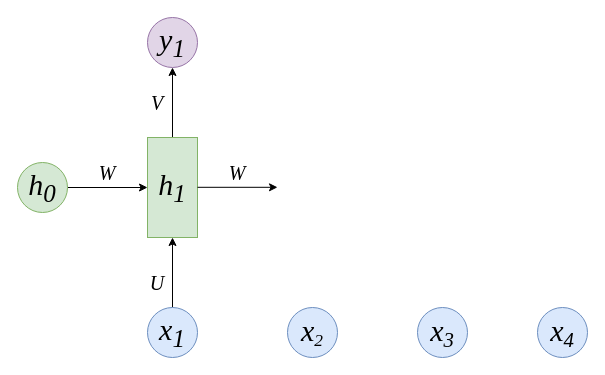
The draw.io diagram efficient_transformer/rnn.drawio in lengyueit/paper_pic, before the edit. Source tidied: cells renumbered, new cells numbered last; positions are measured from the earlier drawing's top-left corner, leaving out a move shared by most shapes. Both pictures are drawn from the tidied source at 100%, with x=0, y=0 at pixel (17, 17).
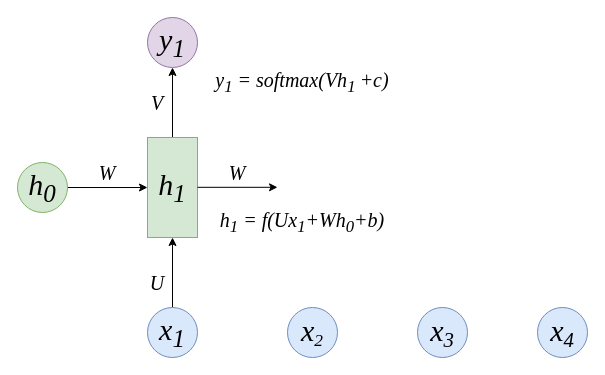
The same diagram, later.

Diff of the diagram source:
```diff
@@
 <mxGraphModel>
   <root>
     <mxCell id="0" />
     <mxCell id="1" parent="0" />
     <mxCell id="2" style="edgeStyle=orthogonalEdgeStyle;rounded=0;jettySize=auto;html=1;exitX=1;exitY=0.5;exitDx=0;exitDy=0;entryX=0;entryY=0.5;entryDx=0;entryDy=0;" parent="1" edge="1" source="3" target="5">
       <mxGeometry relative="1" as="geometry" />
     </mxCell>
     <mxCell id="3" value="&lt;i&gt;h&lt;sub&gt;0&lt;/sub&gt;&lt;/i&gt;" style="ellipse;whiteSpace=wrap;html=1;fontFamily=Times New Roman;fontSize=30;fillColor=#d5e8d4;strokeColor=#82b366;" parent="1" vertex="1">
       <mxGeometry y="145" width="50" height="50" as="geometry" />
     </mxCell>
     <mxCell id="4" style="edgeStyle=orthogonalEdgeStyle;rounded=0;jettySize=auto;html=1;exitX=0.5;exitY=0;exitDx=0;exitDy=0;entryX=0.5;entryY=1;entryDx=0;entryDy=0;" parent="1" edge="1" source="5" target="12">
       <mxGeometry relative="1" as="geometry" />
     </mxCell>
     <mxCell id="5" value="h&lt;sub&gt;1&lt;/sub&gt;" style="rounded=0;whiteSpace=wrap;html=1;fontFamily=Times New Roman;fontSize=30;fontStyle=2;fillColor=#d5e8d4;strokeColor=#82b366;" parent="1" vertex="1">
       <mxGeometry x="130" y="120" width="50" height="100" as="geometry" />
     </mxCell>
     <mxCell id="6" style="edgeStyle=orthogonalEdgeStyle;rounded=0;orthogonalLoop=1;jettySize=auto;html=1;exitX=1;exitY=0.5;exitDx=0;exitDy=0;entryX=0;entryY=0.5;entryDx=0;entryDy=0;" parent="1" edge="1">
       <mxGeometry relative="1" as="geometry">
         <mxPoint x="180" y="169.8" as="sourcePoint" />
         <mxPoint x="260" y="169.8" as="targetPoint" />
       </mxGeometry>
     </mxCell>
     <mxCell id="7" style="edgeStyle=orthogonalEdgeStyle;rounded=0;jettySize=auto;html=1;exitX=0.5;exitY=0;exitDx=0;exitDy=0;entryX=0.5;entryY=1;entryDx=0;entryDy=0;" parent="1" edge="1" source="8" target="5">
       <mxGeometry relative="1" as="geometry" />
     </mxCell>
     <mxCell id="8" value="&lt;i&gt;x&lt;sub&gt;1&lt;/sub&gt;&lt;/i&gt;" style="ellipse;whiteSpace=wrap;html=1;fontFamily=Times New Roman;fontSize=30;fillColor=#dae8fc;strokeColor=#6c8ebf;" parent="1" vertex="1">
       <mxGeometry x="130" y="290" width="50" height="50" as="geometry" />
     </mxCell>
     <mxCell id="9" value="&lt;i&gt;x&lt;span style=&quot;font-size: 20.8333px;&quot;&gt;&lt;sub&gt;2&lt;/sub&gt;&lt;/span&gt;&lt;/i&gt;" style="ellipse;whiteSpace=wrap;html=1;fontFamily=Times New Roman;fontSize=30;fillColor=#dae8fc;strokeColor=#6c8ebf;" parent="1" vertex="1">
       <mxGeometry x="270" y="290" width="50" height="50" as="geometry" />
     </mxCell>
     <mxCell id="10" value="&lt;i&gt;x&lt;span style=&quot;font-size: 25px;&quot;&gt;&lt;sub&gt;3&lt;/sub&gt;&lt;/span&gt;&lt;/i&gt;" style="ellipse;whiteSpace=wrap;html=1;fontFamily=Times New Roman;fontSize=30;fillColor=#dae8fc;strokeColor=#6c8ebf;" parent="1" vertex="1">
       <mxGeometry x="400" y="290" width="50" height="50" as="geometry" />
     </mxCell>
     <mxCell id="11" value="&lt;i&gt;x&lt;span style=&quot;font-size: 25px;&quot;&gt;&lt;sub&gt;4&lt;/sub&gt;&lt;/span&gt;&lt;/i&gt;" style="ellipse;whiteSpace=wrap;html=1;fontFamily=Times New Roman;fontSize=30;fillColor=#dae8fc;strokeColor=#6c8ebf;" parent="1" vertex="1">
       <mxGeometry x="520" y="290" width="50" height="50" as="geometry" />
     </mxCell>
     <mxCell id="12" value="&lt;i&gt;y&lt;sub&gt;1&lt;/sub&gt;&lt;/i&gt;" style="ellipse;whiteSpace=wrap;html=1;fontFamily=Times New Roman;fontSize=30;fillColor=#e1d5e7;strokeColor=#9673a6;" parent="1" vertex="1">
       <mxGeometry x="130" width="50" height="50" as="geometry" />
     </mxCell>
     <mxCell id="13" value="W" style="text;html=1;align=center;verticalAlign=middle;whiteSpace=wrap;rounded=0;fontFamily=Times New Roman;fontSize=20;fontStyle=2;" parent="1" vertex="1">
       <mxGeometry x="60" y="140" width="60" height="30" as="geometry" />
     </mxCell>
     <mxCell id="14" value="W" style="text;html=1;align=center;verticalAlign=middle;whiteSpace=wrap;rounded=0;fontFamily=Times New Roman;fontSize=20;fontStyle=2;" parent="1" vertex="1">
       <mxGeometry x="190" y="140" width="60" height="30" as="geometry" />
     </mxCell>
     <mxCell id="15" value="V" style="text;html=1;align=center;verticalAlign=middle;whiteSpace=wrap;rounded=0;fontFamily=Times New Roman;fontSize=20;fontStyle=2;" parent="1" vertex="1">
       <mxGeometry x="110" y="70" width="60" height="30" as="geometry" />
     </mxCell>
     <mxCell id="16" value="U" style="text;html=1;align=center;verticalAlign=middle;whiteSpace=wrap;rounded=0;fontFamily=Times New Roman;fontSize=20;fontStyle=2;" parent="1" vertex="1">
       <mxGeometry x="110" y="250" width="60" height="30" as="geometry" />
     </mxCell>
+    <mxCell id="17" value="h&lt;sub&gt;1&lt;/sub&gt; = f(Ux&lt;sub&gt;1&lt;/sub&gt;+Wh&lt;sub&gt;0&lt;/sub&gt;+b)" style="text;html=1;align=center;verticalAlign=middle;whiteSpace=wrap;rounded=0;fontFamily=Times New Roman;fontSize=20;fontStyle=2;" parent="1" vertex="1">
+      <mxGeometry x="180" y="190" width="210" height="30" as="geometry" />
+    </mxCell>
+    <mxCell id="18" value="y&lt;sub&gt;1&lt;/sub&gt; = softmax(Vh&lt;sub&gt;1 &lt;/sub&gt;+c)" style="text;html=1;align=center;verticalAlign=middle;whiteSpace=wrap;rounded=0;fontFamily=Times New Roman;fontSize=20;fontStyle=2;" parent="1" vertex="1">
+      <mxGeometry x="180" y="50" width="210" height="30" as="geometry" />
+    </mxCell>
   </root>
 </mxGraphModel>
```
